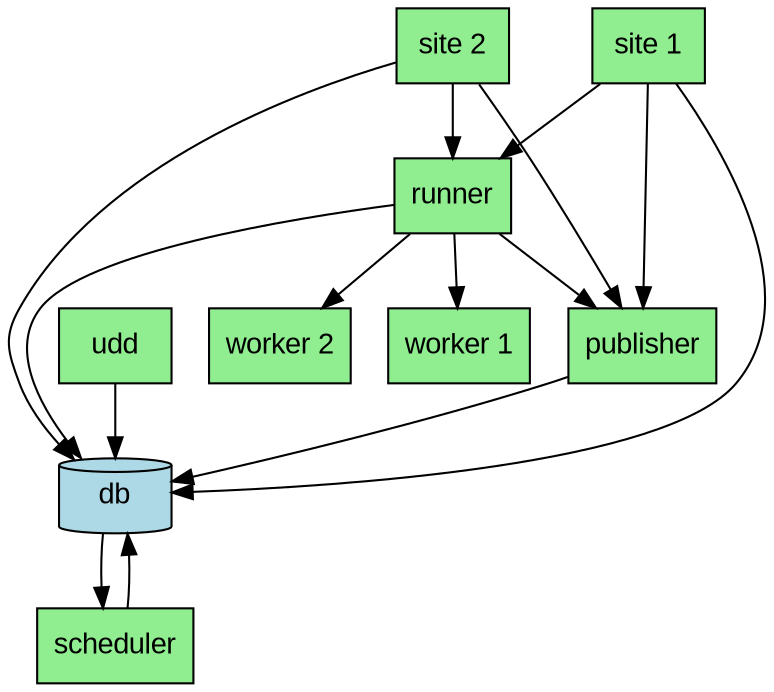
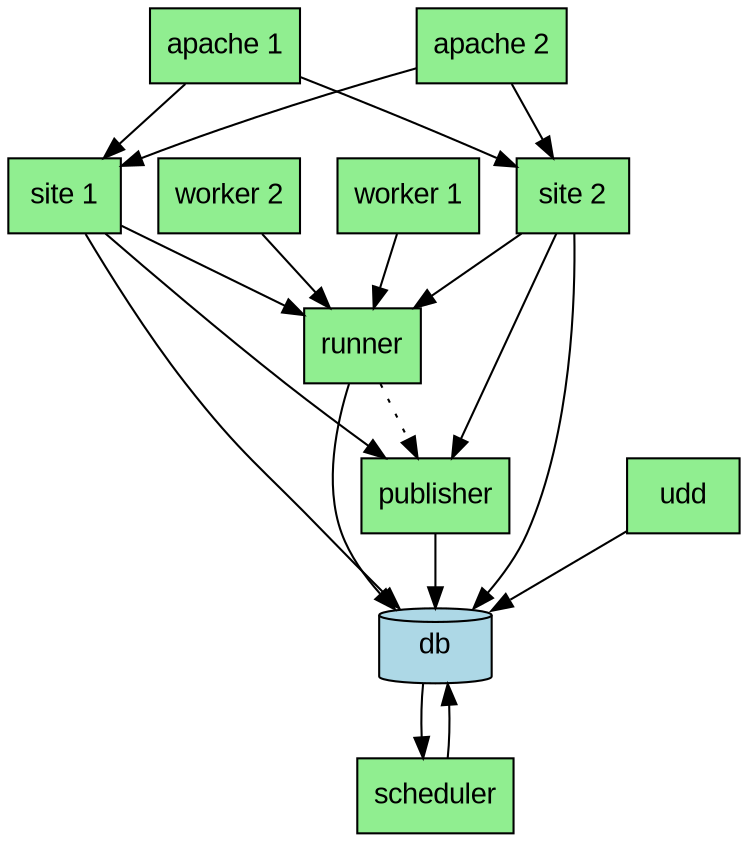
digraph janitor {

    node [style="filled" shape=box fontname="Arial" fillcolor=lightgreen];

    "db" [style="filled" shape=cylinder fillcolor=lightblue];

+     "apache 1" -> "site 1";
+     "apache 1" -> "site 2";
+     "apache 2" -> "site 1";
+     "apache 2" -> "site 2";
+ 
    "site 1" -> "runner";
    "site 2" -> "runner";
    "site 1" -> "publisher";
    "site 2" -> "publisher";
-     "runner" -> "publisher";
+     "runner" -> "publisher" [style=dotted];
    "site 1" -> "db";
    "site 2" -> "db";
-     "runner" -> "worker 1";
-     "runner" -> "worker 2";
+     "worker 1" -> "runner";
+     "worker 2" -> "runner";
    "publisher" -> "db";
    "runner" -> "db";

    "udd" -> "db";
    "db" -> "scheduler";
    "scheduler" -> "db";
}
